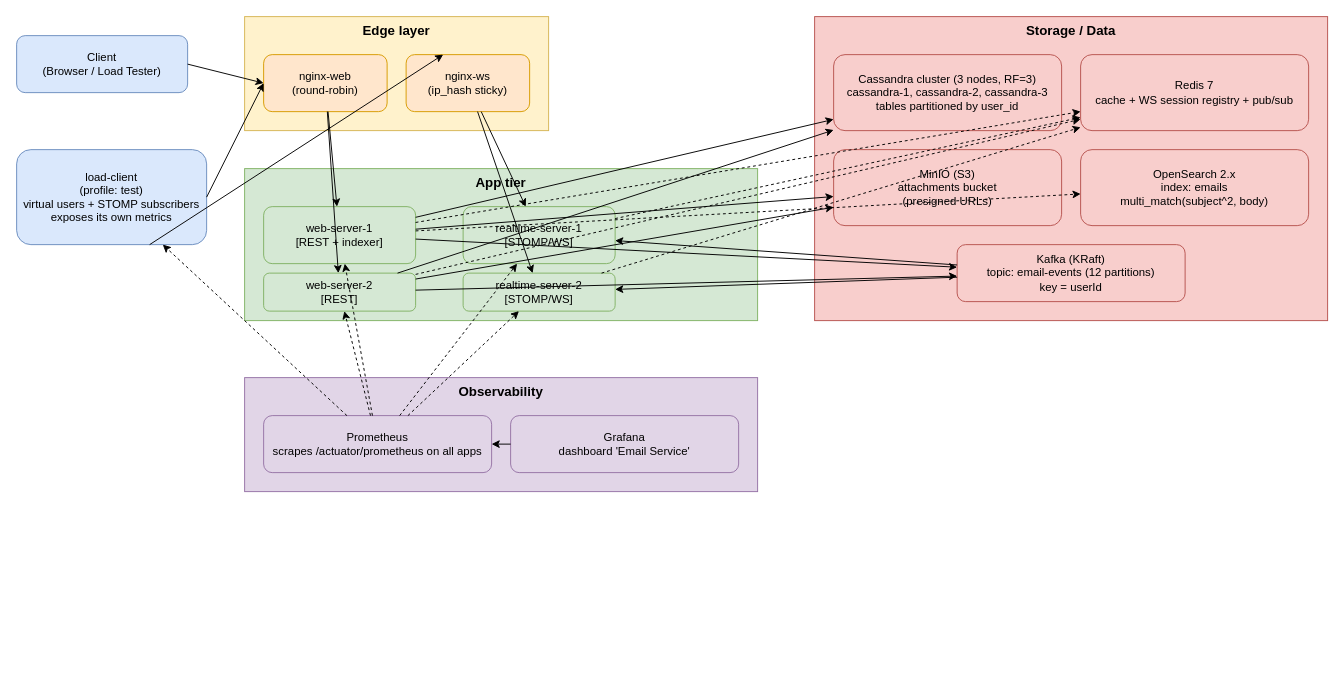
azastashkov/distributed-email-service keeps this draw.io diagram as diagrams/components.drawio. Above is the earlier version. Source tidied: cells renumbered, new cells numbered last; positions are measured from the earlier drawing's top-left corner, leaving out a move shared by most shapes. Both pictures are drawn from the tidied source at 95%, with x=0, y=0 at pixel (16, 16).
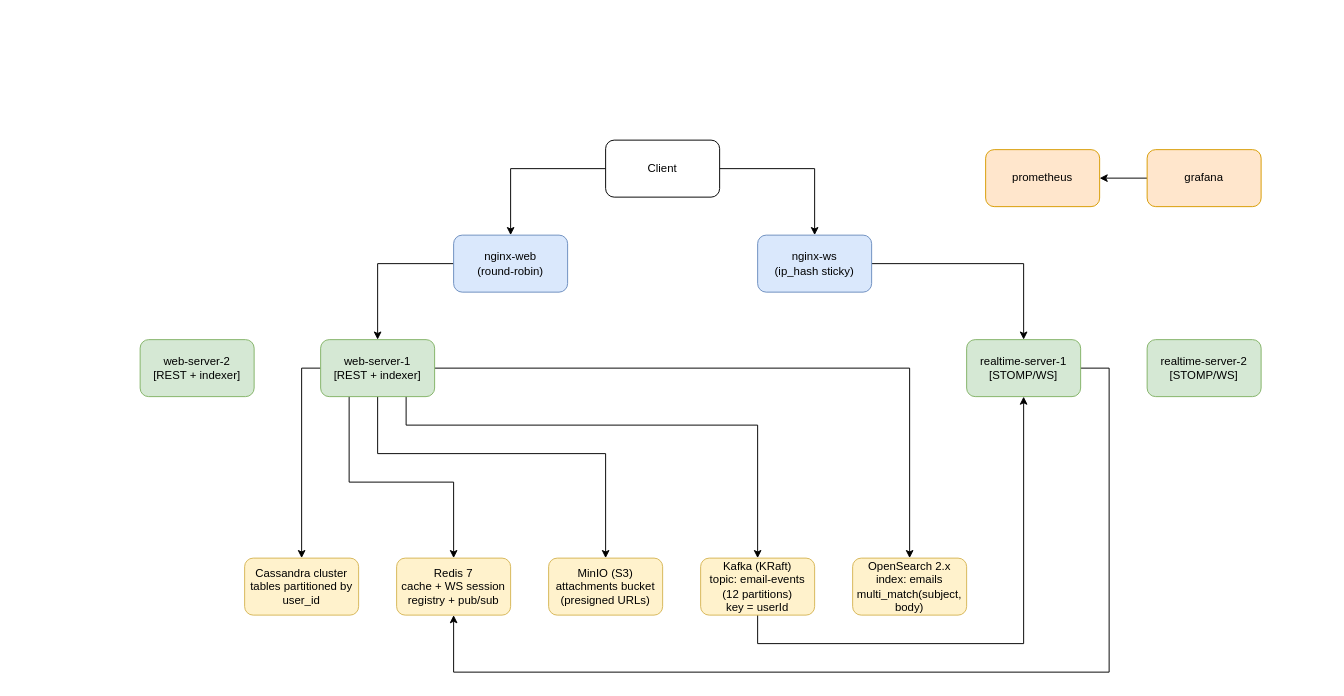
Above is the later version.

Diff of the diagram source:
```diff
@@
-    <mxCell id="2" value="Client&#10;(Browser / Load Tester)" style="rounded=1;whiteSpace=wrap;html=1;fillColor=#dae8fc;strokeColor=#6c8ebf;fontSize=12;" parent="1" vertex="1">
-      <mxGeometry y="20" width="180" height="60" as="geometry" />
-    </mxCell>
-    <mxCell id="3" value="Edge layer" style="rounded=0;whiteSpace=wrap;html=1;fillColor=#fff2cc;strokeColor=#d6b656;verticalAlign=top;fontSize=14;fontStyle=1;" parent="1" vertex="1">
-      <mxGeometry x="240" width="320" height="120" as="geometry" />
-    </mxCell>
+    <mxCell id="47" style="edgeStyle=orthogonalEdgeStyle;rounded=0;jettySize=auto;html=1;exitX=0;exitY=0.5;exitDx=0;exitDy=0;entryX=0.5;entryY=0;entryDx=0;entryDy=0;" parent="1" edge="1" source="49" target="4">
+      <mxGeometry relative="1" as="geometry" />
+    </mxCell>
+    <mxCell id="48" style="edgeStyle=orthogonalEdgeStyle;rounded=0;jettySize=auto;html=1;exitX=1;exitY=0.5;exitDx=0;exitDy=0;" parent="1" edge="1" source="49" target="5">
+      <mxGeometry relative="1" as="geometry" />
+    </mxCell>
+    <mxCell id="49" value="Client" style="rounded=1;whiteSpace=wrap;html=1;" parent="1" vertex="1">
+      <mxGeometry x="620" y="130" width="120" height="60" as="geometry" />
+    </mxCell>
+    <mxCell id="24" style="edgeStyle=orthogonalEdgeStyle;rounded=0;jettySize=auto;html=1;exitX=0;exitY=0.5;exitDx=0;exitDy=0;entryX=0.5;entryY=0;entryDx=0;entryDy=0;" parent="1" edge="1" source="4" target="7">
+      <mxGeometry relative="1" as="geometry" />
+    </mxCell>
-    <mxCell id="4" value="nginx-web&#10;(round-robin)" style="rounded=1;whiteSpace=wrap;html=1;fillColor=#ffe6cc;strokeColor=#d79b00;" parent="1" vertex="1">
-      <mxGeometry x="260" y="40" width="130" height="60" as="geometry" />
+    <mxCell id="4" value="nginx-web&lt;br&gt;(round-robin)" style="rounded=1;whiteSpace=wrap;html=1;fillColor=#dae8fc;strokeColor=#6c8ebf;" parent="1" vertex="1">
+      <mxGeometry x="460" y="230" width="120" height="60" as="geometry" />
     </mxCell>
+    <mxCell id="26" style="edgeStyle=orthogonalEdgeStyle;rounded=0;jettySize=auto;html=1;exitX=1;exitY=0.5;exitDx=0;exitDy=0;" parent="1" edge="1" source="5" target="9">
+      <mxGeometry relative="1" as="geometry" />
+    </mxCell>
-    <mxCell id="5" value="nginx-ws&#10;(ip_hash sticky)" style="rounded=1;whiteSpace=wrap;html=1;fillColor=#ffe6cc;strokeColor=#d79b00;" parent="1" vertex="1">
-      <mxGeometry x="410" y="40" width="130" height="60" as="geometry" />
+    <mxCell id="5" value="nginx-ws&lt;br&gt;(ip_hash sticky)" style="rounded=1;whiteSpace=wrap;html=1;fillColor=#dae8fc;strokeColor=#6c8ebf;" parent="1" vertex="1">
+      <mxGeometry x="780" y="230" width="120" height="60" as="geometry" />
     </mxCell>
-    <mxCell id="6" value="App tier" style="rounded=0;whiteSpace=wrap;html=1;fillColor=#d5e8d4;strokeColor=#82b366;verticalAlign=top;fontSize=14;fontStyle=1;" parent="1" vertex="1">
-      <mxGeometry x="240" y="160" width="540" height="160" as="geometry" />
-    </mxCell>
+    <mxCell id="50" style="edgeStyle=orthogonalEdgeStyle;rounded=0;jettySize=auto;html=1;exitX=0;exitY=0.5;exitDx=0;exitDy=0;entryX=0.5;entryY=0;entryDx=0;entryDy=0;" parent="1" edge="1" source="7" target="53">
+      <mxGeometry relative="1" as="geometry" />
+    </mxCell>
+    <mxCell id="30" style="edgeStyle=orthogonalEdgeStyle;rounded=0;jettySize=auto;html=1;exitX=0.25;exitY=1;exitDx=0;exitDy=0;" parent="1" edge="1" source="7" target="13">
+      <mxGeometry relative="1" as="geometry">
+        <Array as="points">
+          <mxPoint x="350" y="490" />
+          <mxPoint x="460" y="490" />
+        </Array>
+      </mxGeometry>
+    </mxCell>
+    <mxCell id="32" style="edgeStyle=orthogonalEdgeStyle;rounded=0;jettySize=auto;html=1;exitX=0.5;exitY=1;exitDx=0;exitDy=0;entryX=0.5;entryY=0;entryDx=0;entryDy=0;" parent="1" edge="1" source="7" target="14">
+      <mxGeometry relative="1" as="geometry">
+        <Array as="points">
+          <mxPoint x="380" y="460" />
+          <mxPoint x="620" y="460" />
+        </Array>
+      </mxGeometry>
+    </mxCell>
+    <mxCell id="34" style="edgeStyle=orthogonalEdgeStyle;rounded=0;jettySize=auto;html=1;exitX=0.75;exitY=1;exitDx=0;exitDy=0;entryX=0.5;entryY=0;entryDx=0;entryDy=0;" parent="1" edge="1" source="7" target="16">
+      <mxGeometry relative="1" as="geometry">
+        <Array as="points">
+          <mxPoint x="410" y="430" />
+          <mxPoint x="780" y="430" />
+        </Array>
+      </mxGeometry>
+    </mxCell>
+    <mxCell id="51" style="edgeStyle=orthogonalEdgeStyle;rounded=0;jettySize=auto;html=1;exitX=1;exitY=0.5;exitDx=0;exitDy=0;entryX=0.5;entryY=0;entryDx=0;entryDy=0;" parent="1" edge="1" source="7" target="54">
+      <mxGeometry relative="1" as="geometry">
+        <Array as="points">
+          <mxPoint x="940" y="370" />
+        </Array>
+      </mxGeometry>
+    </mxCell>
-    <mxCell id="7" value="web-server-1&#10;[REST + indexer]" style="rounded=1;whiteSpace=wrap;html=1;fillColor=#d5e8d4;strokeColor=#82b366;" parent="1" vertex="1">
-      <mxGeometry x="260" y="200" width="160" height="60" as="geometry" />
+    <mxCell id="7" value="web-server-1&lt;br&gt;[REST + indexer]" style="rounded=1;whiteSpace=wrap;html=1;fillColor=#d5e8d4;strokeColor=#82b366;" parent="1" vertex="1">
+      <mxGeometry x="320" y="340" width="120" height="60" as="geometry" />
     </mxCell>
-    <mxCell id="8" value="web-server-2&#10;[REST]" style="rounded=1;whiteSpace=wrap;html=1;fillColor=#d5e8d4;strokeColor=#82b366;" parent="1" vertex="1">
-      <mxGeometry x="260" y="270" width="160" height="40" as="geometry" />
-    </mxCell>
+    <mxCell id="52" value="web-server-2&lt;br&gt;[REST + indexer]" style="rounded=1;whiteSpace=wrap;html=1;fillColor=#d5e8d4;strokeColor=#82b366;" parent="1" vertex="1">
+      <mxGeometry x="130" y="340" width="120" height="60" as="geometry" />
+    </mxCell>
+    <mxCell id="39" style="edgeStyle=orthogonalEdgeStyle;rounded=0;jettySize=auto;html=1;entryX=0.5;entryY=1;entryDx=0;entryDy=0;" parent="1" edge="1" source="9" target="13">
+      <mxGeometry relative="1" as="geometry">
+        <Array as="points">
+          <mxPoint x="1150" y="370" />
+          <mxPoint x="1150" y="690" />
+          <mxPoint x="460" y="690" />
+        </Array>
+      </mxGeometry>
+    </mxCell>
-    <mxCell id="9" value="realtime-server-1&#10;[STOMP/WS]" style="rounded=1;whiteSpace=wrap;html=1;fillColor=#d5e8d4;strokeColor=#82b366;" parent="1" vertex="1">
-      <mxGeometry x="470" y="200" width="160" height="60" as="geometry" />
+    <mxCell id="9" value="realtime-server-1&lt;br&gt;[STOMP/WS]" style="rounded=1;whiteSpace=wrap;html=1;fillColor=#d5e8d4;strokeColor=#82b366;" parent="1" vertex="1">
+      <mxGeometry x="1000" y="340" width="120" height="60" as="geometry" />
     </mxCell>
-    <mxCell id="10" value="realtime-server-2&#10;[STOMP/WS]" style="rounded=1;whiteSpace=wrap;html=1;fillColor=#d5e8d4;strokeColor=#82b366;" parent="1" vertex="1">
-      <mxGeometry x="470" y="270" width="160" height="40" as="geometry" />
+    <mxCell id="10" value="realtime-server-2&lt;br&gt;[STOMP/WS]" style="rounded=1;whiteSpace=wrap;html=1;fillColor=#d5e8d4;strokeColor=#82b366;" parent="1" vertex="1">
+      <mxGeometry x="1190" y="340" width="120" height="60" as="geometry" />
     </mxCell>
-    <mxCell id="11" value="Storage / Data" style="rounded=0;whiteSpace=wrap;html=1;fillColor=#f8cecc;strokeColor=#b85450;verticalAlign=top;fontSize=14;fontStyle=1;" parent="1" vertex="1">
-      <mxGeometry x="840" width="540" height="320" as="geometry" />
-    </mxCell>
-    <mxCell id="12" value="Cassandra cluster (3 nodes, RF=3)&#10;cassandra-1, cassandra-2, cassandra-3&#10;tables partitioned by user_id" style="rounded=1;whiteSpace=wrap;html=1;fillColor=#f8cecc;strokeColor=#b85450;" parent="1" vertex="1">
-      <mxGeometry x="860" y="40" width="240" height="80" as="geometry" />
-    </mxCell>
+    <mxCell id="53" value="Cassandra cluster&lt;br&gt;tables partitioned by user_id" style="rounded=1;whiteSpace=wrap;html=1;fillColor=#fff2cc;strokeColor=#d6b656;" parent="1" vertex="1">
+      <mxGeometry x="240" y="570" width="120" height="60" as="geometry" />
+    </mxCell>
-    <mxCell id="13" value="Redis 7&#10;cache + WS session registry + pub/sub" style="rounded=1;whiteSpace=wrap;html=1;fillColor=#f8cecc;strokeColor=#b85450;" parent="1" vertex="1">
-      <mxGeometry x="1120" y="40" width="240" height="80" as="geometry" />
+    <mxCell id="13" value="Redis 7&lt;br&gt;cache + WS session registry + pub/sub" style="rounded=1;whiteSpace=wrap;html=1;fillColor=#fff2cc;strokeColor=#d6b656;" parent="1" vertex="1">
+      <mxGeometry x="400" y="570" width="120" height="60" as="geometry" />
     </mxCell>
+    <mxCell id="54" value="OpenSearch 2.x&lt;br&gt;index: emails&lt;br&gt;multi_match(subject, body)" style="rounded=1;whiteSpace=wrap;html=1;fillColor=#fff2cc;strokeColor=#d6b656;" parent="1" vertex="1">
+      <mxGeometry x="880" y="570" width="120" height="60" as="geometry" />
+    </mxCell>
-    <mxCell id="14" value="MinIO (S3)&#10;attachments bucket&#10;(presigned URLs)" style="rounded=1;whiteSpace=wrap;html=1;fillColor=#f8cecc;strokeColor=#b85450;" parent="1" vertex="1">
-      <mxGeometry x="860" y="140" width="240" height="80" as="geometry" />
+    <mxCell id="14" value="MinIO (S3)&lt;br&gt;attachments bucket&lt;br&gt;(presigned URLs)" style="rounded=1;whiteSpace=wrap;html=1;fillColor=#fff2cc;strokeColor=#d6b656;" parent="1" vertex="1">
+      <mxGeometry x="560" y="570" width="120" height="60" as="geometry" />
     </mxCell>
-    <mxCell id="15" value="OpenSearch 2.x&#10;index: emails&#10;multi_match(subject^2, body)" style="rounded=1;whiteSpace=wrap;html=1;fillColor=#f8cecc;strokeColor=#b85450;" parent="1" vertex="1">
-      <mxGeometry x="1120" y="140" width="240" height="80" as="geometry" />
-    </mxCell>
+    <mxCell id="37" style="edgeStyle=orthogonalEdgeStyle;rounded=0;jettySize=auto;html=1;exitX=0.5;exitY=1;exitDx=0;exitDy=0;entryX=0.5;entryY=1;entryDx=0;entryDy=0;" parent="1" edge="1" source="16" target="9">
+      <mxGeometry relative="1" as="geometry">
+        <Array as="points">
+          <mxPoint x="780" y="660" />
+          <mxPoint x="1060" y="660" />
+        </Array>
+      </mxGeometry>
+    </mxCell>
-    <mxCell id="16" value="Kafka (KRaft)&#10;topic: email-events (12 partitions)&#10;key = userId" style="rounded=1;whiteSpace=wrap;html=1;fillColor=#f8cecc;strokeColor=#b85450;" parent="1" vertex="1">
-      <mxGeometry x="990" y="240" width="240" height="60" as="geometry" />
+    <mxCell id="16" value="Kafka (KRaft)&lt;br&gt;topic: email-events (12 partitions)&lt;br&gt;key = userId" style="rounded=1;whiteSpace=wrap;html=1;fillColor=#fff2cc;strokeColor=#d6b656;" parent="1" vertex="1">
+      <mxGeometry x="720" y="570" width="120" height="60" as="geometry" />
     </mxCell>
-    <mxCell id="17" value="Observability" style="rounded=0;whiteSpace=wrap;html=1;fillColor=#e1d5e7;strokeColor=#9673a6;verticalAlign=top;fontSize=14;fontStyle=1;" parent="1" vertex="1">
-      <mxGeometry x="240" y="380" width="540" height="120" as="geometry" />
-    </mxCell>
-    <mxCell id="18" value="Prometheus&#10;scrapes /actuator/prometheus on all apps" style="rounded=1;whiteSpace=wrap;html=1;fillColor=#e1d5e7;strokeColor=#9673a6;" parent="1" vertex="1">
-      <mxGeometry x="260" y="420" width="240" height="60" as="geometry" />
-    </mxCell>
-    <mxCell id="19" value="Grafana&#10;dashboard 'Email Service'" style="rounded=1;whiteSpace=wrap;html=1;fillColor=#e1d5e7;strokeColor=#9673a6;" parent="1" vertex="1">
-      <mxGeometry x="520" y="420" width="240" height="60" as="geometry" />
-    </mxCell>
-    <mxCell id="20" value="load-client&#10;(profile: test)&#10;virtual users + STOMP subscribers&#10;exposes its own metrics" style="rounded=1;whiteSpace=wrap;html=1;fillColor=#dae8fc;strokeColor=#6c8ebf;" parent="1" vertex="1">
-      <mxGeometry y="140" width="200" height="100" as="geometry" />
-    </mxCell>
-    <mxCell id="21" style="endArrow=classic;html=1;exitX=1;exitY=0.5;entryX=0;entryY=0.5;" parent="1" edge="1" source="2" target="4">
-      <mxGeometry relative="1" as="geometry" />
-    </mxCell>
-    <mxCell id="22" style="endArrow=classic;html=1;exitX=1;exitY=0.5;entryX=0;entryY=0.5;" parent="1" edge="1" source="20" target="4">
-      <mxGeometry relative="1" as="geometry" />
-    </mxCell>
-    <mxCell id="23" style="endArrow=classic;html=1;exitX=0.7;exitY=1;entryX=0.3;entryY=0;" parent="1" edge="1" source="20" target="5">
-      <mxGeometry relative="1" as="geometry" />
-    </mxCell>
-    <mxCell id="24" style="endArrow=classic;html=1;" parent="1" edge="1" source="4" target="7">
-      <mxGeometry relative="1" as="geometry" />
-    </mxCell>
-    <mxCell id="25" style="endArrow=classic;html=1;" parent="1" edge="1" source="4" target="8">
-      <mxGeometry relative="1" as="geometry" />
-    </mxCell>
-    <mxCell id="26" style="endArrow=classic;html=1;" parent="1" edge="1" source="5" target="9">
-      <mxGeometry relative="1" as="geometry" />
-    </mxCell>
-    <mxCell id="27" style="endArrow=classic;html=1;" parent="1" edge="1" source="5" target="10">
-      <mxGeometry relative="1" as="geometry" />
-    </mxCell>
-    <mxCell id="28" style="endArrow=classic;html=1;dashed=0;" parent="1" edge="1" source="7" target="12">
-      <mxGeometry relative="1" as="geometry" />
-    </mxCell>
-    <mxCell id="29" style="endArrow=classic;html=1;dashed=0;" parent="1" edge="1" source="8" target="12">
-      <mxGeometry relative="1" as="geometry" />
-    </mxCell>
-    <mxCell id="30" style="endArrow=classic;html=1;dashed=1;" parent="1" edge="1" source="7" target="13">
-      <mxGeometry relative="1" as="geometry" />
-    </mxCell>
-    <mxCell id="31" style="endArrow=classic;html=1;dashed=1;" parent="1" edge="1" source="8" target="13">
-      <mxGeometry relative="1" as="geometry" />
-    </mxCell>
-    <mxCell id="32" style="endArrow=classic;html=1;" parent="1" edge="1" source="7" target="14">
-      <mxGeometry relative="1" as="geometry" />
-    </mxCell>
-    <mxCell id="33" style="endArrow=classic;html=1;" parent="1" edge="1" source="8" target="14">
-      <mxGeometry relative="1" as="geometry" />
-    </mxCell>
-    <mxCell id="34" style="endArrow=classic;html=1;" parent="1" edge="1" source="7" target="16">
-      <mxGeometry relative="1" as="geometry" />
-    </mxCell>
-    <mxCell id="35" style="endArrow=classic;html=1;" parent="1" edge="1" source="8" target="16">
-      <mxGeometry relative="1" as="geometry" />
-    </mxCell>
-    <mxCell id="36" style="endArrow=classic;html=1;dashed=1;" parent="1" edge="1" source="7" target="15">
-      <mxGeometry relative="1" as="geometry" />
-    </mxCell>
-    <mxCell id="37" style="endArrow=classic;html=1;" parent="1" edge="1" source="16" target="9">
-      <mxGeometry relative="1" as="geometry" />
-    </mxCell>
-    <mxCell id="38" style="endArrow=classic;html=1;" parent="1" edge="1" source="16" target="10">
-      <mxGeometry relative="1" as="geometry" />
-    </mxCell>
-    <mxCell id="39" style="endArrow=classic;html=1;dashed=1;" parent="1" edge="1" source="9" target="13">
-      <mxGeometry relative="1" as="geometry" />
-    </mxCell>
-    <mxCell id="40" style="endArrow=classic;html=1;dashed=1;" parent="1" edge="1" source="10" target="13">
-      <mxGeometry relative="1" as="geometry" />
-    </mxCell>
-    <mxCell id="41" style="endArrow=classic;html=1;dashed=1;" parent="1" edge="1" source="18" target="7">
-      <mxGeometry relative="1" as="geometry" />
-    </mxCell>
-    <mxCell id="42" style="endArrow=classic;html=1;dashed=1;" parent="1" edge="1" source="18" target="8">
-      <mxGeometry relative="1" as="geometry" />
-    </mxCell>
-    <mxCell id="43" style="endArrow=classic;html=1;dashed=1;" parent="1" edge="1" source="18" target="9">
-      <mxGeometry relative="1" as="geometry" />
-    </mxCell>
-    <mxCell id="44" style="endArrow=classic;html=1;dashed=1;" parent="1" edge="1" source="18" target="10">
-      <mxGeometry relative="1" as="geometry" />
-    </mxCell>
-    <mxCell id="45" style="endArrow=classic;html=1;dashed=1;" parent="1" edge="1" source="18" target="20">
-      <mxGeometry relative="1" as="geometry" />
-    </mxCell>
-    <mxCell id="46" style="endArrow=classic;html=1;" parent="1" edge="1" source="19" target="18">
-      <mxGeometry relative="1" as="geometry" />
-    </mxCell>
+    <mxCell id="55" value="prometheus" style="rounded=1;whiteSpace=wrap;html=1;fillColor=#ffe6cc;strokeColor=#d79b00;" parent="1" vertex="1">
+      <mxGeometry x="1020" y="140" width="120" height="60" as="geometry" />
+    </mxCell>
+    <mxCell id="56" style="edgeStyle=orthogonalEdgeStyle;rounded=0;jettySize=auto;html=1;exitX=0;exitY=0.5;exitDx=0;exitDy=0;entryX=1;entryY=0.5;entryDx=0;entryDy=0;" parent="1" edge="1" source="57" target="55">
+      <mxGeometry relative="1" as="geometry" />
+    </mxCell>
+    <mxCell id="57" value="grafana" style="rounded=1;whiteSpace=wrap;html=1;fillColor=#ffe6cc;strokeColor=#d79b00;" parent="1" vertex="1">
+      <mxGeometry x="1190" y="140" width="120" height="60" as="geometry" />
+    </mxCell>
```
